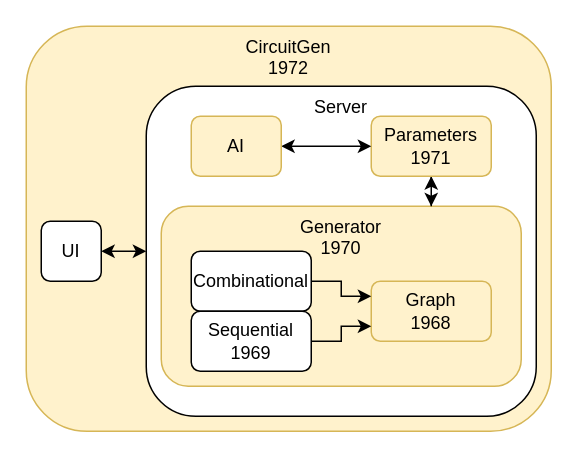
Earlier version of the draw.io diagram page "Копия Страница — 1" (2 of 2) of architecture.drawio (vvzunin/CircuitGen). Source tidied: cells renumbered, new cells numbered last; positions are measured from the earlier drawing's top-left corner, leaving out a move shared by most shapes. Both pictures are drawn from the tidied source at 150%, with x=0, y=0 at pixel (26, 26).
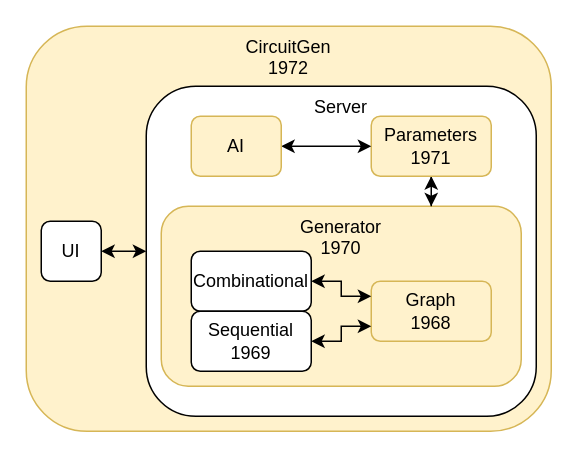
The same diagram, later.

What changed in the source:
```diff
@@
 <mxGraphModel>
   <root>
     <mxCell id="0" />
     <mxCell id="1" parent="0" />
     <mxCell id="2" value="CircuitGen&lt;div&gt;1972&lt;/div&gt;" style="rounded=1;whiteSpace=wrap;html=1;verticalAlign=top;fillColor=#fff2cc;strokeColor=#d6b656;" parent="1" vertex="1">
       <mxGeometry width="350" height="270" as="geometry" />
     </mxCell>
     <mxCell id="3" value="Server" style="rounded=1;whiteSpace=wrap;html=1;horizontal=1;verticalAlign=top;" parent="1" vertex="1">
       <mxGeometry x="80" y="40" width="260" height="220" as="geometry" />
     </mxCell>
     <mxCell id="4" value="Generator&lt;div&gt;1970&lt;/div&gt;" style="rounded=1;whiteSpace=wrap;html=1;horizontal=1;verticalAlign=top;fillColor=#fff2cc;strokeColor=#d6b656;" parent="1" vertex="1">
       <mxGeometry x="90" y="120" width="240" height="120" as="geometry" />
     </mxCell>
     <mxCell id="5" value="Graph&lt;div&gt;1968&lt;/div&gt;" style="rounded=1;whiteSpace=wrap;html=1;fillColor=#fff2cc;strokeColor=#d6b656;" parent="1" vertex="1">
       <mxGeometry x="230" y="170" width="80" height="40" as="geometry" />
     </mxCell>
-    <mxCell id="6" style="edgeStyle=orthogonalEdgeStyle;rounded=0;jettySize=auto;html=1;entryX=0;entryY=0.25;entryDx=0;entryDy=0;" parent="1" edge="1" source="7" target="5">
+    <mxCell id="6" style="edgeStyle=orthogonalEdgeStyle;rounded=0;jettySize=auto;html=1;entryX=0;entryY=0.25;entryDx=0;entryDy=0;startArrow=classic;startFill=1;" parent="1" edge="1" source="7" target="5">
       <mxGeometry relative="1" as="geometry" />
     </mxCell>
     <mxCell id="7" value="Combinational" style="rounded=1;whiteSpace=wrap;html=1;" parent="1" vertex="1">
       <mxGeometry x="110" y="150" width="80" height="40" as="geometry" />
     </mxCell>
-    <mxCell id="8" style="edgeStyle=orthogonalEdgeStyle;rounded=0;jettySize=auto;html=1;entryX=0;entryY=0.75;entryDx=0;entryDy=0;" parent="1" edge="1" source="9" target="5">
+    <mxCell id="8" style="edgeStyle=orthogonalEdgeStyle;rounded=0;jettySize=auto;html=1;entryX=0;entryY=0.75;entryDx=0;entryDy=0;startArrow=classic;startFill=1;" parent="1" edge="1" source="9" target="5">
       <mxGeometry relative="1" as="geometry" />
     </mxCell>
     <mxCell id="9" value="Sequential&lt;div&gt;1969&lt;/div&gt;" style="rounded=1;whiteSpace=wrap;html=1;" parent="1" vertex="1">
       <mxGeometry x="110" y="190" width="80" height="40" as="geometry" />
     </mxCell>
     <mxCell id="10" style="edgeStyle=orthogonalEdgeStyle;rounded=0;jettySize=auto;html=1;entryX=0.75;entryY=0;entryDx=0;entryDy=0;startArrow=classic;startFill=1;" parent="1" edge="1" source="11" target="4">
       <mxGeometry relative="1" as="geometry" />
     </mxCell>
     <mxCell id="11" value="Parameters&lt;div&gt;1971&lt;/div&gt;" style="rounded=1;whiteSpace=wrap;html=1;fillColor=#fff2cc;strokeColor=#d6b656;" parent="1" vertex="1">
       <mxGeometry x="230" y="60" width="80" height="40" as="geometry" />
     </mxCell>
     <mxCell id="12" style="edgeStyle=orthogonalEdgeStyle;rounded=0;jettySize=auto;html=1;startArrow=classic;startFill=1;" parent="1" edge="1" source="13" target="11">
       <mxGeometry relative="1" as="geometry" />
     </mxCell>
     <mxCell id="13" value="AI" style="rounded=1;whiteSpace=wrap;html=1;fillColor=#fff2cc;strokeColor=#d6b656;" parent="1" vertex="1">
       <mxGeometry x="110" y="60" width="60" height="40" as="geometry" />
     </mxCell>
     <mxCell id="14" style="edgeStyle=orthogonalEdgeStyle;rounded=0;jettySize=auto;html=1;entryX=0;entryY=0.5;entryDx=0;entryDy=0;startArrow=classic;startFill=1;" parent="1" edge="1" source="15" target="3">
       <mxGeometry relative="1" as="geometry" />
     </mxCell>
     <mxCell id="15" value="UI" style="rounded=1;whiteSpace=wrap;html=1;" parent="1" vertex="1">
       <mxGeometry x="10" y="130" width="40" height="40" as="geometry" />
     </mxCell>
   </root>
 </mxGraphModel>
```
